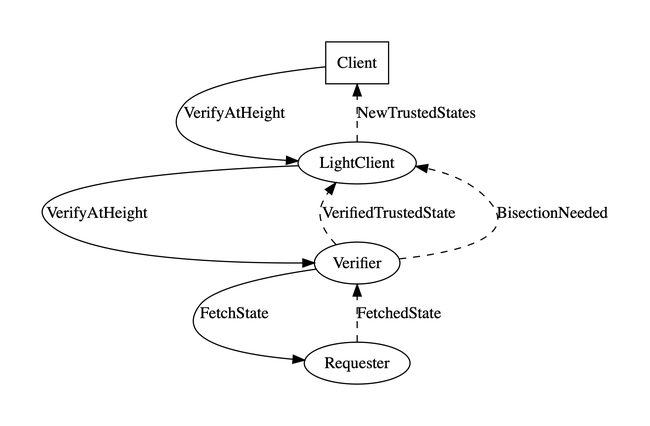
Earlier version of the Graphviz export light-spike/events.png (shonfeder/tendermint-rs). Its source is kept beside it as light-spike/events.dot.
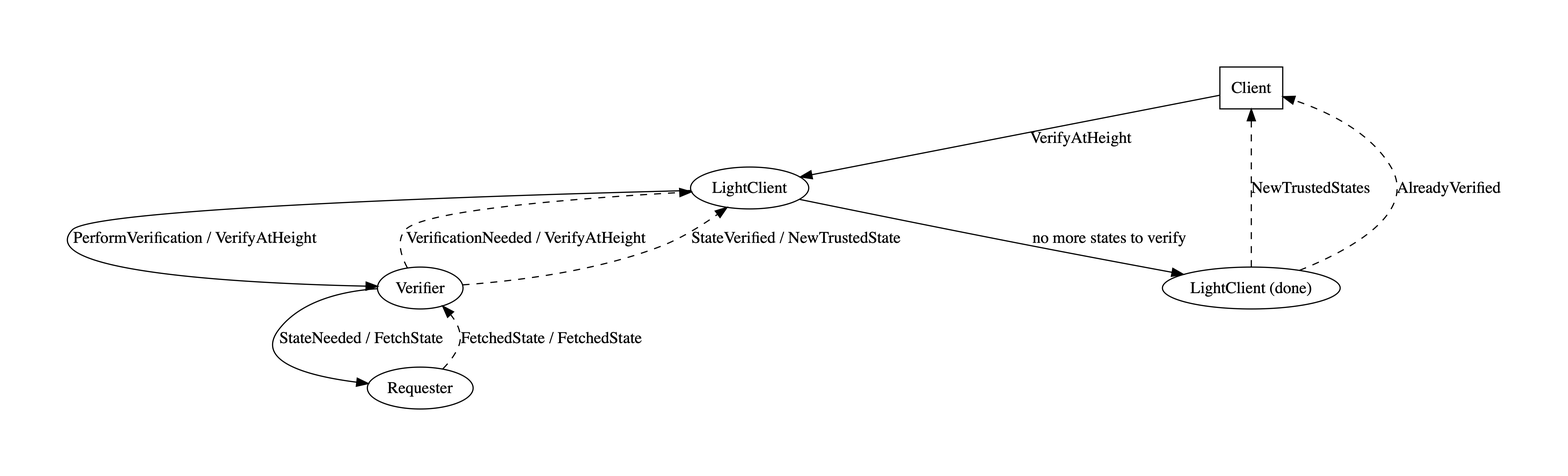
After the commit.

What changed in the source:
```diff
@@ -1,14 +1,18 @@
 digraph G {
   dpi = 300.00;
-  pad = 0.5;
-  nodesep = 2;
+  pad = 0.8;
+  nodesep = 1;
 
   Client [shape = box];
+  LightClientDone [label = "LightClient (done)"];
+
   Client      -> LightClient  [label = "VerifyAtHeight"];
-  LightClient -> Verifier     [label = "VerifyAtHeight"];
-  Verifier    -> Requester    [label = "FetchState"];
-  Requester   -> Verifier     [label = "FetchedState",         style = dashed];
-  Verifier    -> LightClient  [label = "VerifiedTrustedState", style = dashed];
-  Verifier    -> LightClient  [label = "BisectionNeeded",      style = dashed];
-  LightClient -> Client       [label = "NewTrustedStates",     style = dashed];
+  LightClient -> Verifier     [label = "PerformVerification / VerifyAtHeight"];
+  Verifier    -> Requester    [label = "StateNeeded / FetchState"];
+  Requester   -> Verifier     [label = "FetchedState / FetchedState", style = dashed];
+  Verifier    -> LightClient  [label = "VerificationNeeded / VerifyAtHeight", style = dashed];
+  Verifier    -> LightClient  [label = "StateVerified / NewTrustedState", style = dashed];
+  LightClient -> LightClientDone [label = "no more states to verify"];
+  LightClientDone -> Client       [label = "NewTrustedStates", style = dashed];
+  LightClientDone -> Client       [label = "AlreadyVerified", style = dashed];
 }
```
